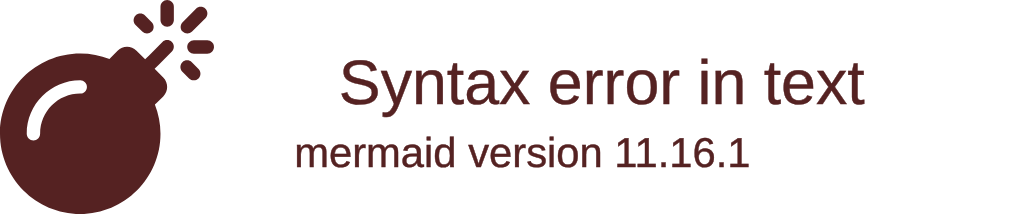
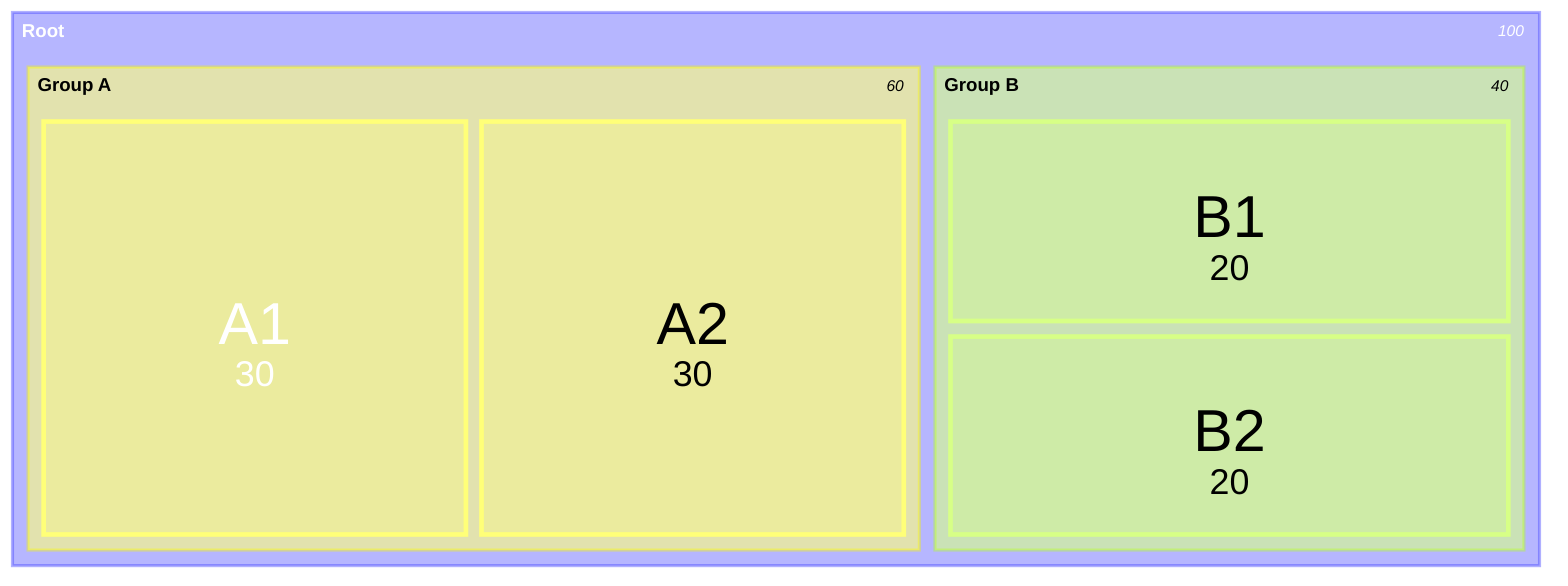
treemap-beta
-   Root: 100
-     Group A: 60
-       A1: 30
-       A2: 30
-     Group B: 40
-       B1: 20
-       B2: 20
+ "Root"
+   "Group A"
+     "A1": 30
+     "A2": 30
+   "Group B"
+     "B1": 20
+     "B2": 20
